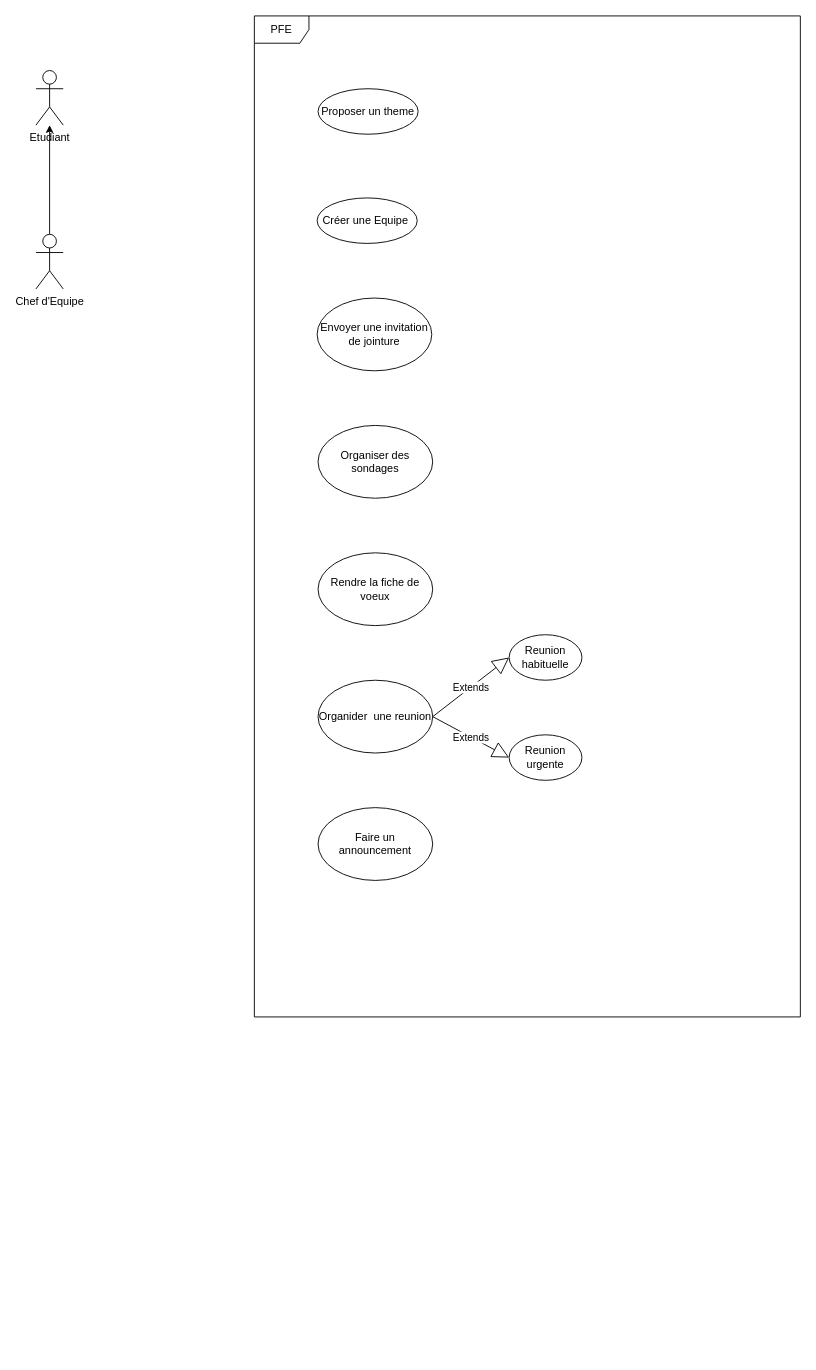
This is diagrams/useCaseChefEquipe.drawio from stormsidali2001/PFE_third_year_school_project_front, a draw.io file, before an edit. Source tidied: cells renumbered, new cells numbered last; positions are measured from the earlier drawing's top-left corner, leaving out a move shared by most shapes. Both pictures are drawn from the tidied source at 91%, with x=0, y=0 at pixel (35, 15).
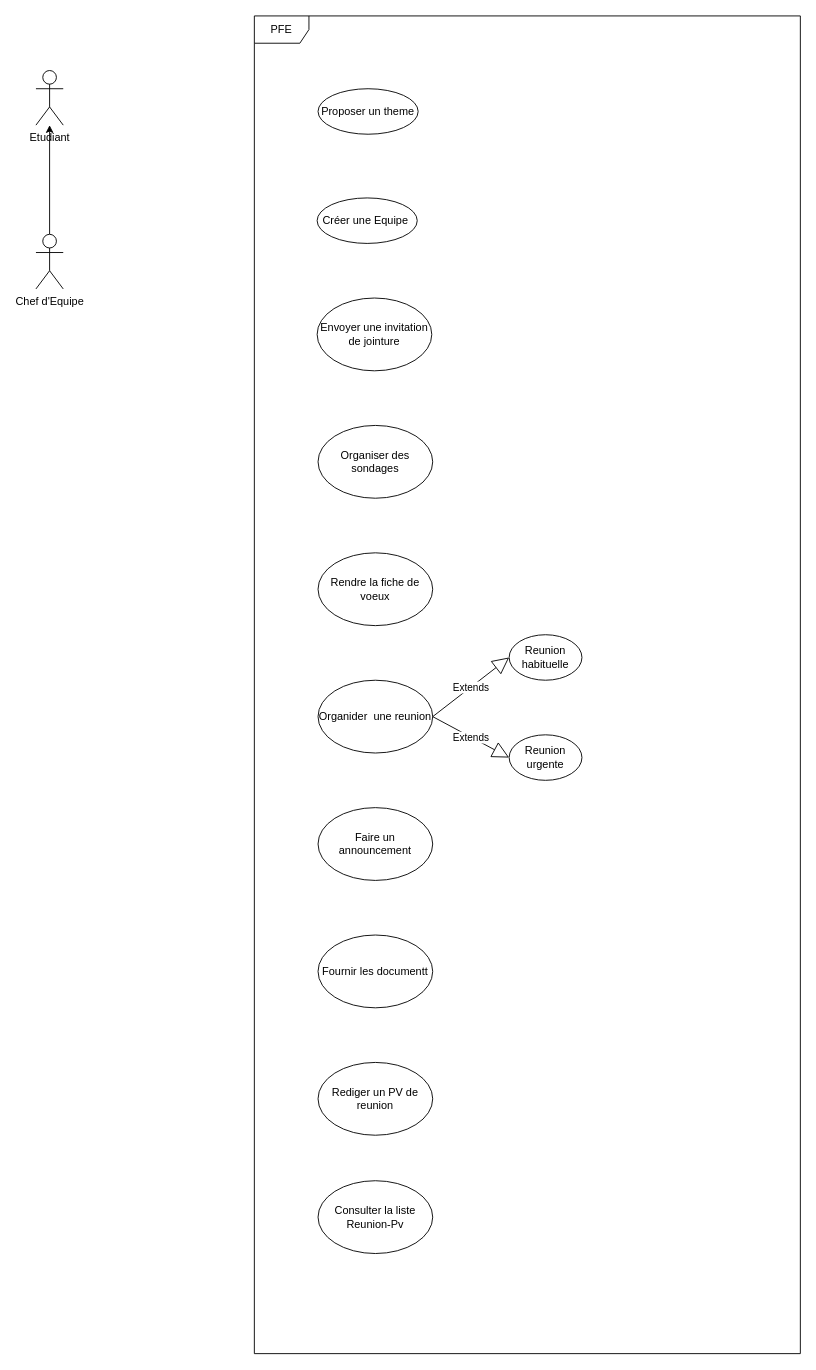
Above is the later version.

What changed in the source:
```diff
@@
 <mxGraphModel>
   <root>
     <mxCell id="0" />
     <mxCell id="1" parent="0" />
     <mxCell id="2" style="edgeStyle=orthogonalEdgeStyle;rounded=0;jettySize=auto;html=1;" parent="1" edge="1" source="3" target="4">
       <mxGeometry relative="1" as="geometry" />
     </mxCell>
     <mxCell id="3" value="Chef d'Equipe" style="shape=umlActor;verticalLabelPosition=bottom;verticalAlign=top;html=1;outlineConnect=0;" parent="1" vertex="1">
       <mxGeometry y="240" width="30" height="60" as="geometry" />
     </mxCell>
     <mxCell id="4" value="Etudiant&lt;br&gt;" style="shape=umlActor;verticalLabelPosition=bottom;verticalAlign=top;html=1;outlineConnect=0;" parent="1" vertex="1">
       <mxGeometry y="60" width="30" height="60" as="geometry" />
     </mxCell>
     <mxCell id="5" value="PFE" style="shape=umlFrame;whiteSpace=wrap;html=1;" parent="1" vertex="1">
-      <mxGeometry x="240" width="600" height="1100" as="geometry" />
+      <mxGeometry x="240" width="600" height="1470" as="geometry" />
     </mxCell>
     <mxCell id="6" value="Proposer un theme" style="ellipse;whiteSpace=wrap;html=1;" parent="1" vertex="1">
       <mxGeometry x="310" y="80" width="110" height="50" as="geometry" />
     </mxCell>
     <mxCell id="7" value="Créer une Equipe&amp;nbsp;" style="ellipse;whiteSpace=wrap;html=1;" parent="1" vertex="1">
       <mxGeometry x="309" y="200" width="110" height="50" as="geometry" />
     </mxCell>
     <mxCell id="8" value="Envoyer une invitation de jointure" style="ellipse;whiteSpace=wrap;html=1;" parent="1" vertex="1">
       <mxGeometry x="309" y="310" width="126" height="80" as="geometry" />
     </mxCell>
     <mxCell id="9" value="Organiser des sondages" style="ellipse;whiteSpace=wrap;html=1;" parent="1" vertex="1">
       <mxGeometry x="310" y="450" width="126" height="80" as="geometry" />
     </mxCell>
     <mxCell id="10" value="Rendre la fiche de voeux" style="ellipse;whiteSpace=wrap;html=1;" parent="1" vertex="1">
       <mxGeometry x="310" y="590" width="126" height="80" as="geometry" />
     </mxCell>
     <mxCell id="11" value="Organider&amp;nbsp; une reunion" style="ellipse;whiteSpace=wrap;html=1;" parent="1" vertex="1">
       <mxGeometry x="310" y="730" width="126" height="80" as="geometry" />
     </mxCell>
     <mxCell id="12" value="Reunion urgente" style="ellipse;whiteSpace=wrap;html=1;" parent="1" vertex="1">
       <mxGeometry x="520" y="790" width="80" height="50" as="geometry" />
     </mxCell>
     <mxCell id="13" value="Extends" style="endArrow=block;endSize=16;endFill=0;html=1;rounded=0;exitX=1;exitY=0.5;exitDx=0;exitDy=0;entryX=0;entryY=0.5;entryDx=0;entryDy=0;" parent="1" edge="1" source="11" target="15">
       <mxGeometry relative="1" as="geometry" />
     </mxCell>
     <mxCell id="14" value="Extends" style="endArrow=block;endSize=16;endFill=0;html=1;rounded=0;exitX=1;exitY=0.5;exitDx=0;exitDy=0;entryX=0;entryY=0.5;entryDx=0;entryDy=0;" parent="1" edge="1" source="11" target="12">
       <mxGeometry relative="1" as="geometry" />
     </mxCell>
     <mxCell id="15" value="Reunion habituelle" style="ellipse;whiteSpace=wrap;html=1;" parent="1" vertex="1">
       <mxGeometry x="520" y="680" width="80" height="50" as="geometry" />
     </mxCell>
     <mxCell id="16" value="Faire un announcement" style="ellipse;whiteSpace=wrap;html=1;" parent="1" vertex="1">
       <mxGeometry x="310" y="870" width="126" height="80" as="geometry" />
     </mxCell>
+    <mxCell id="17" value="Fournir les documentt" style="ellipse;whiteSpace=wrap;html=1;" parent="1" vertex="1">
+      <mxGeometry x="310" y="1010" width="126" height="80" as="geometry" />
+    </mxCell>
+    <mxCell id="18" value="Rediger un PV de reunion" style="ellipse;whiteSpace=wrap;html=1;" parent="1" vertex="1">
+      <mxGeometry x="310" y="1150" width="126" height="80" as="geometry" />
+    </mxCell>
+    <mxCell id="19" value="Consulter la liste Reunion-Pv" style="ellipse;whiteSpace=wrap;html=1;" parent="1" vertex="1">
+      <mxGeometry x="310" y="1280" width="126" height="80" as="geometry" />
+    </mxCell>
   </root>
 </mxGraphModel>
```
